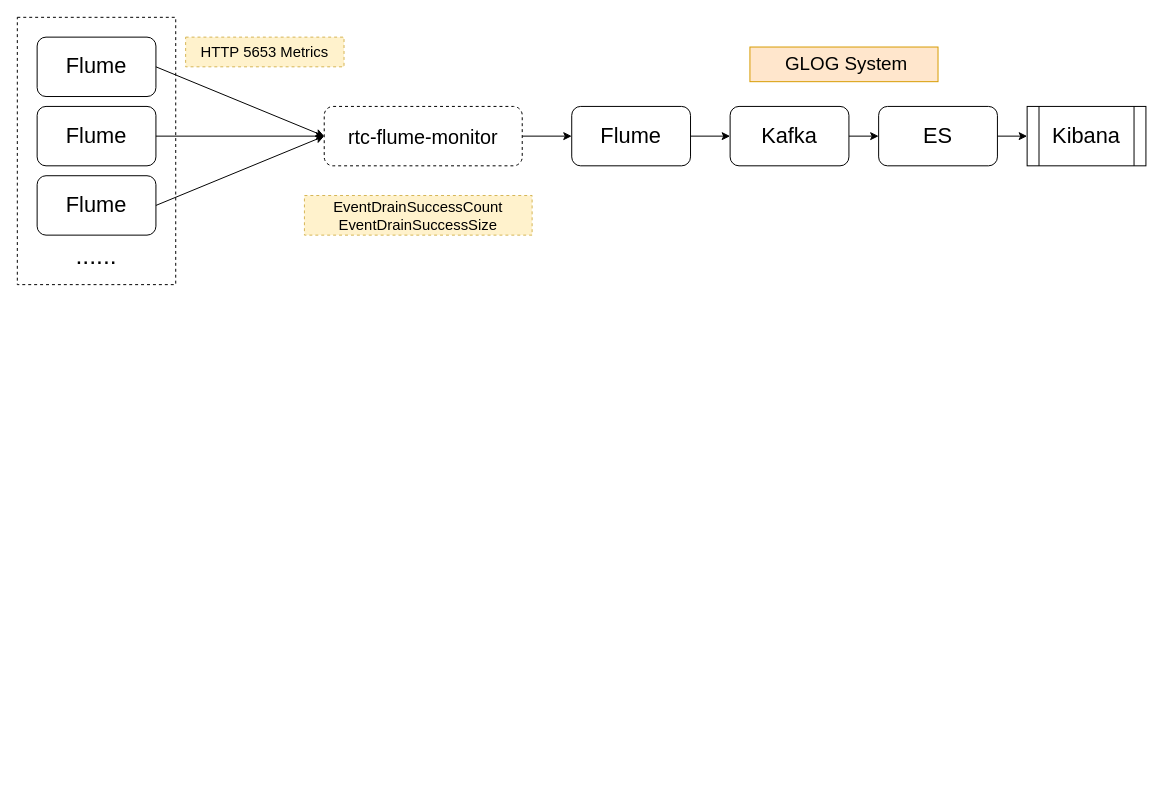
imperio-wxm/draw keeps this draw.io diagram as map/flume-monitor.drawio. Above is the earlier version. Source tidied: cells renumbered, new cells numbered last; positions are measured from the earlier drawing's top-left corner, leaving out a move shared by most shapes. Both pictures are drawn from the tidied source at 99%, with x=0, y=0 at pixel (17, 17).
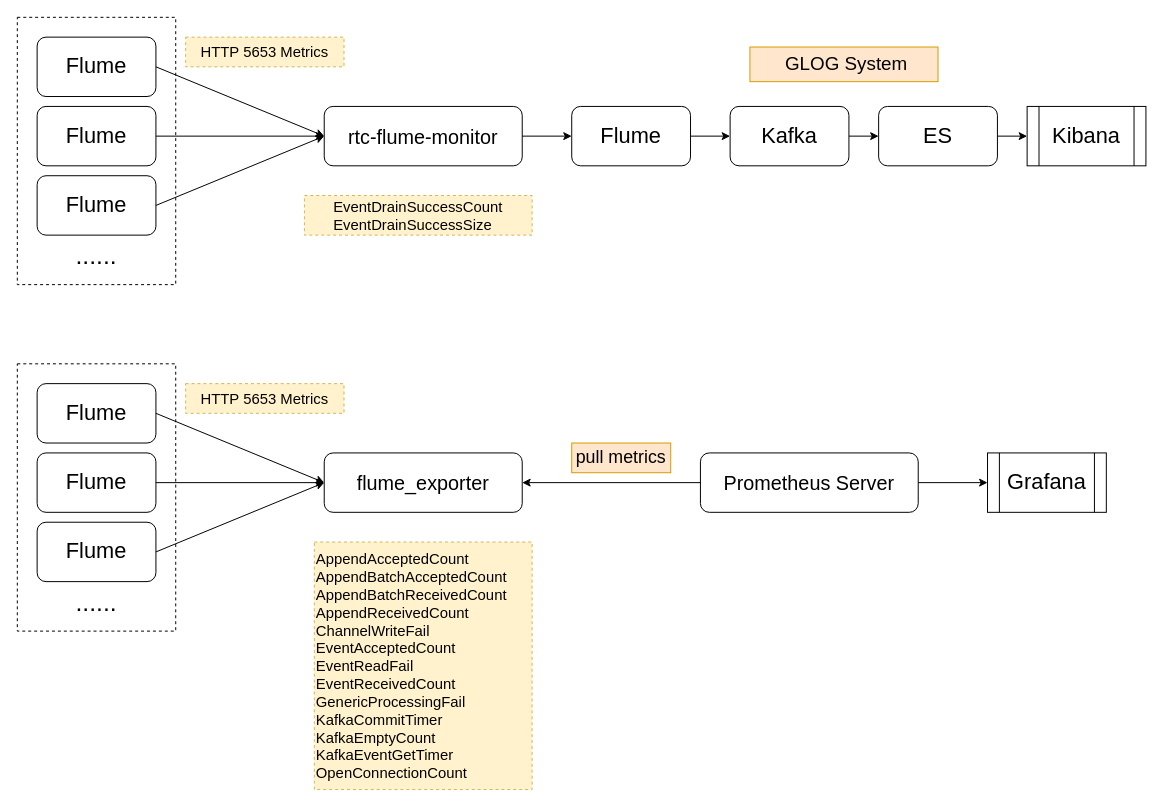
The same diagram, later.

What changed in the source:
```diff
@@
-    <mxCell id="2" value="&lt;font style=&quot;font-size: 20px&quot;&gt;rtc-flume-monitor&lt;/font&gt;" style="rounded=1;whiteSpace=wrap;html=1;dashed=1;strokeWidth=1;fillColor=none;" parent="1" vertex="1">
+    <mxCell id="2" value="&lt;font style=&quot;font-size: 20px&quot;&gt;rtc-flume-monitor&lt;/font&gt;" style="rounded=1;whiteSpace=wrap;html=1;strokeWidth=1;fillColor=none;" parent="1" vertex="1">
       <mxGeometry x="310" y="90" width="200" height="60" as="geometry" />
     </mxCell>
@@
-    <mxCell id="13" value="&lt;font&gt;&lt;span style=&quot;font-size: 15px&quot;&gt;EventDrainSuccessCount&lt;/span&gt;&lt;br&gt;&lt;span style=&quot;font-size: 15px&quot;&gt;EventDrainSuccessSize&lt;/span&gt;&lt;br&gt;&lt;/font&gt;" style="text;html=1;strokeColor=#d6b656;fillColor=#fff2cc;align=center;verticalAlign=middle;whiteSpace=wrap;rounded=0;dashed=1;" parent="1" vertex="1">
+    <mxCell id="13" value="&lt;div style=&quot;text-align: left&quot;&gt;&lt;span style=&quot;font-size: 15px&quot;&gt;EventDrainSuccessCount&lt;/span&gt;&lt;/div&gt;&lt;font&gt;&lt;div style=&quot;text-align: left&quot;&gt;&lt;span style=&quot;font-size: 15px&quot;&gt;EventDrainSuccessSize&lt;/span&gt;&lt;/div&gt;&lt;/font&gt;" style="text;html=1;strokeColor=#d6b656;fillColor=#fff2cc;align=center;verticalAlign=middle;whiteSpace=wrap;rounded=0;dashed=1;" parent="1" vertex="1">
       <mxGeometry x="290" y="180" width="230" height="40" as="geometry" />
     </mxCell>
@@
+    <mxCell id="23" value="&lt;font style=&quot;font-size: 20px&quot;&gt;flume_exporter&lt;/font&gt;" style="rounded=1;whiteSpace=wrap;html=1;strokeWidth=1;fillColor=none;" parent="1" vertex="1">
+      <mxGeometry x="310" y="440" width="200" height="60" as="geometry" />
+    </mxCell>
+    <mxCell id="24" style="group;" parent="1" vertex="1">
+      <mxGeometry y="350" width="160" height="270" as="geometry" />
+    </mxCell>
+    <mxCell id="25" style="rounded=0;whiteSpace=wrap;html=1;fillColor=none;dashed=1;strokeWidth=1;" parent="24" vertex="1">
+      <mxGeometry width="160" height="270" as="geometry" />
+    </mxCell>
+    <mxCell id="26" value="&lt;font style=&quot;font-size: 22px&quot;&gt;Flume&lt;/font&gt;" style="rounded=1;whiteSpace=wrap;html=1;" parent="24" vertex="1">
+      <mxGeometry x="20" y="20" width="120" height="60" as="geometry" />
+    </mxCell>
+    <mxCell id="27" value="&lt;font style=&quot;font-size: 22px&quot;&gt;Flume&lt;/font&gt;" style="rounded=1;whiteSpace=wrap;html=1;" parent="24" vertex="1">
+      <mxGeometry x="20" y="90" width="120" height="60" as="geometry" />
+    </mxCell>
+    <mxCell id="28" value="&lt;font style=&quot;font-size: 22px&quot;&gt;Flume&lt;/font&gt;" style="rounded=1;whiteSpace=wrap;html=1;" parent="24" vertex="1">
+      <mxGeometry x="20" y="160" width="120" height="60" as="geometry" />
+    </mxCell>
+    <mxCell id="29" value="&lt;font style=&quot;font-size: 25px&quot;&gt;......&lt;/font&gt;" style="text;html=1;strokeColor=none;fillColor=none;align=center;verticalAlign=middle;whiteSpace=wrap;rounded=0;" parent="24" vertex="1">
+      <mxGeometry x="60" y="230" width="40" height="20" as="geometry" />
+    </mxCell>
+    <mxCell id="30" style="endArrow=classic;html=1;exitX=1;exitY=0.5;exitDx=0;exitDy=0;entryX=0;entryY=0.5;entryDx=0;entryDy=0;" parent="1" edge="1" source="26" target="23">
+      <mxGeometry relative="1" as="geometry" />
+    </mxCell>
+    <mxCell id="31" style="endArrow=classic;html=1;exitX=1;exitY=0.5;exitDx=0;exitDy=0;entryX=0;entryY=0.5;entryDx=0;entryDy=0;" parent="1" edge="1" source="27" target="23">
+      <mxGeometry relative="1" as="geometry" />
+    </mxCell>
+    <mxCell id="32" style="endArrow=classic;html=1;exitX=1;exitY=0.5;exitDx=0;exitDy=0;entryX=0;entryY=0.5;entryDx=0;entryDy=0;" parent="1" edge="1" source="28" target="23">
+      <mxGeometry relative="1" as="geometry" />
+    </mxCell>
+    <mxCell id="33" value="&lt;font style=&quot;font-size: 15px&quot;&gt;HTTP 5653 Metrics&lt;/font&gt;" style="text;html=1;strokeColor=#d6b656;fillColor=#fff2cc;align=center;verticalAlign=middle;whiteSpace=wrap;rounded=0;dashed=1;" parent="1" vertex="1">
+      <mxGeometry x="170" y="370" width="160" height="30" as="geometry" />
+    </mxCell>
+    <mxCell id="34" value="&lt;font style=&quot;font-size: 15px&quot;&gt;&lt;div&gt;AppendAcceptedCount&lt;/div&gt;&lt;div&gt;AppendBatchAcceptedCount&lt;/div&gt;&lt;div&gt;AppendBatchReceivedCount&lt;/div&gt;&lt;div&gt;AppendReceivedCount&lt;/div&gt;&lt;div&gt;ChannelWriteFail&lt;/div&gt;&lt;div&gt;EventAcceptedCount&lt;/div&gt;&lt;div&gt;EventReadFail&lt;/div&gt;&lt;div&gt;EventReceivedCount&lt;/div&gt;&lt;div&gt;GenericProcessingFail&lt;/div&gt;&lt;div&gt;KafkaCommitTimer&lt;/div&gt;&lt;div&gt;KafkaEmptyCount&lt;/div&gt;&lt;div&gt;KafkaEventGetTimer&lt;/div&gt;&lt;div&gt;OpenConnectionCount&lt;/div&gt;&lt;/font&gt;" style="text;html=1;strokeColor=#d6b656;fillColor=#fff2cc;align=left;verticalAlign=middle;whiteSpace=wrap;rounded=0;dashed=1;" parent="1" vertex="1">
+      <mxGeometry x="300" y="530" width="220" height="250" as="geometry" />
+    </mxCell>
+    <mxCell id="35" value="&lt;font style=&quot;font-size: 20px&quot;&gt;Prometheus Server&lt;/font&gt;" style="rounded=1;whiteSpace=wrap;html=1;" parent="1" vertex="1">
+      <mxGeometry x="690" y="440" width="220" height="60" as="geometry" />
+    </mxCell>
+    <mxCell id="36" style="endArrow=classic;html=1;entryX=1;entryY=0.5;entryDx=0;entryDy=0;exitX=0;exitY=0.5;exitDx=0;exitDy=0;" parent="1" edge="1" source="35" target="23">
+      <mxGeometry relative="1" as="geometry" />
+    </mxCell>
+    <mxCell id="37" value="&lt;font style=&quot;font-size: 18px&quot;&gt;pull metrics&lt;/font&gt;" style="text;html=1;strokeColor=#d79b00;fillColor=#ffe6cc;align=center;verticalAlign=middle;whiteSpace=wrap;rounded=0;" parent="1" vertex="1">
+      <mxGeometry x="560" y="430" width="100" height="30" as="geometry" />
+    </mxCell>
+    <mxCell id="38" value="&lt;font style=&quot;font-size: 22px&quot;&gt;Grafana&lt;/font&gt;" style="shape=process;whiteSpace=wrap;html=1;backgroundOutline=1;strokeWidth=1;fillColor=none;" parent="1" vertex="1">
+      <mxGeometry x="980" y="440" width="120" height="60" as="geometry" />
+    </mxCell>
+    <mxCell id="39" style="endArrow=classic;html=1;exitX=1;exitY=0.5;exitDx=0;exitDy=0;" parent="1" edge="1" source="35" target="38">
+      <mxGeometry relative="1" as="geometry" />
+    </mxCell>
```
